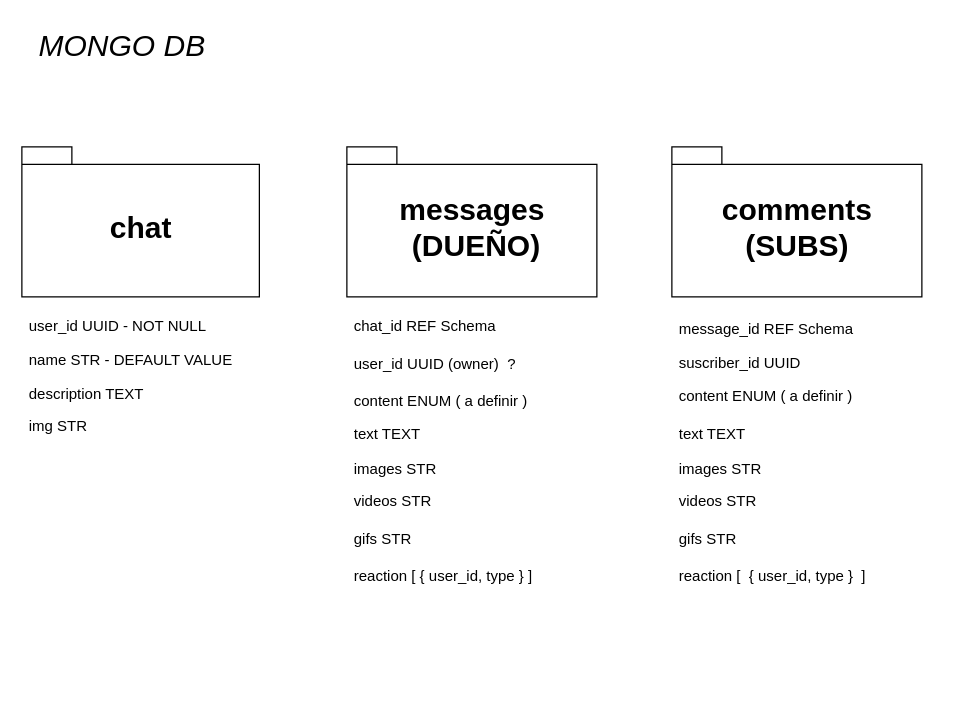
No-Country/s12-08-ft-node-react keeps this draw.io diagram as api/src/diagrams/noRelational.drawio. Above is the earlier version. Source tidied: cells renumbered, new cells numbered last; positions are measured from the earlier drawing's top-left corner, leaving out a move shared by most shapes. Both pictures are drawn from the tidied source at 125%, with x=0, y=0 at pixel (21, 21).
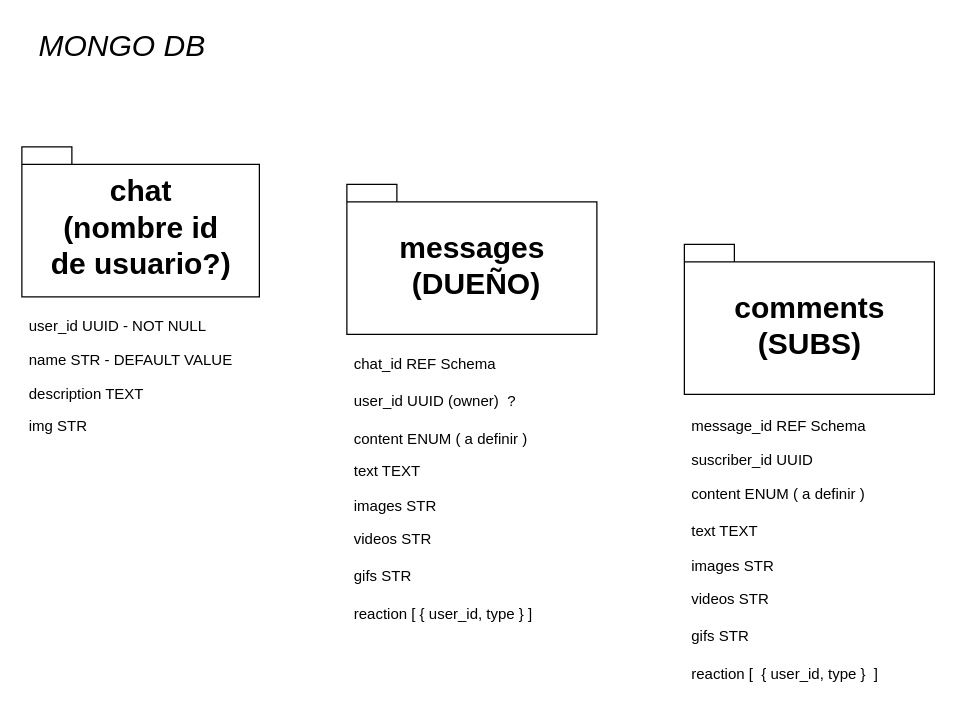
The same diagram, later.

What changed in the source:
```diff
@@
-    <mxCell id="2" value="chat" style="shape=folder;fontStyle=1;spacingTop=10;tabWidth=40;tabHeight=14;tabPosition=left;html=1;fontSize=24;" parent="1" vertex="1">
+    <mxCell id="2" value="chat &lt;br&gt;(nombre id&lt;br&gt;de usuario?)&lt;br&gt;" style="shape=folder;fontStyle=1;spacingTop=10;tabWidth=40;tabHeight=14;tabPosition=left;html=1;fontSize=24;" parent="1" vertex="1">
       <mxGeometry y="100" width="190" height="120" as="geometry" />
     </mxCell>
     <mxCell id="3" value="messages&lt;br&gt;&amp;nbsp;(DUEÑO)" style="shape=folder;fontStyle=1;spacingTop=10;tabWidth=40;tabHeight=14;tabPosition=left;html=1;fontSize=24;" parent="1" vertex="1">
-      <mxGeometry x="260" y="100" width="200" height="120" as="geometry" />
+      <mxGeometry x="260" y="130" width="200" height="120" as="geometry" />
     </mxCell>
@@
     <mxCell id="6" value="chat_id REF Schema" style="text;strokeColor=none;fillColor=none;align=left;verticalAlign=top;spacingLeft=4;spacingRight=4;overflow=hidden;" parent="1" vertex="1">
-      <mxGeometry x="260" y="230" width="160" height="26" as="geometry" />
+      <mxGeometry x="260" y="260" width="160" height="26" as="geometry" />
     </mxCell>
     <mxCell id="7" value="user_id UUID (owner)  ?" style="text;strokeColor=none;fillColor=none;align=left;verticalAlign=top;spacingLeft=4;spacingRight=4;overflow=hidden;" parent="1" vertex="1">
-      <mxGeometry x="260" y="260" width="160" height="26" as="geometry" />
+      <mxGeometry x="260" y="290" width="160" height="26" as="geometry" />
     </mxCell>
     <mxCell id="8" value="images STR " style="text;strokeColor=none;fillColor=none;align=left;verticalAlign=top;spacingLeft=4;spacingRight=4;overflow=hidden;" parent="1" vertex="1">
-      <mxGeometry x="260" y="344" width="160" height="26" as="geometry" />
+      <mxGeometry x="260" y="374" width="160" height="26" as="geometry" />
     </mxCell>
     <mxCell id="9" value="content ENUM ( a definir )" style="text;strokeColor=none;fillColor=none;align=left;verticalAlign=top;spacingLeft=4;spacingRight=4;overflow=hidden;" parent="1" vertex="1">
-      <mxGeometry x="260" y="290" width="160" height="20" as="geometry" />
+      <mxGeometry x="260" y="320" width="160" height="20" as="geometry" />
     </mxCell>
     <mxCell id="10" value="videos STR" style="text;strokeColor=none;fillColor=none;align=left;verticalAlign=top;spacingLeft=4;spacingRight=4;overflow=hidden;" parent="1" vertex="1">
-      <mxGeometry x="260" y="370" width="160" height="26" as="geometry" />
+      <mxGeometry x="260" y="400" width="160" height="26" as="geometry" />
     </mxCell>
     <mxCell id="11" value="gifs STR" style="text;strokeColor=none;fillColor=none;align=left;verticalAlign=top;spacingLeft=4;spacingRight=4;overflow=hidden;" parent="1" vertex="1">
-      <mxGeometry x="260" y="400" width="160" height="26" as="geometry" />
+      <mxGeometry x="260" y="430" width="160" height="26" as="geometry" />
     </mxCell>
     <mxCell id="12" value="reaction [ { user_id, type } ]" style="text;strokeColor=none;fillColor=none;align=left;verticalAlign=top;spacingLeft=4;spacingRight=4;overflow=hidden;" parent="1" vertex="1">
-      <mxGeometry x="260" y="430" width="160" height="26" as="geometry" />
+      <mxGeometry x="260" y="460" width="160" height="26" as="geometry" />
     </mxCell>
     <mxCell id="13" value="comments&lt;br&gt;(SUBS)" style="shape=folder;fontStyle=1;spacingTop=10;tabWidth=40;tabHeight=14;tabPosition=left;html=1;fontSize=24;" parent="1" vertex="1">
-      <mxGeometry x="520" y="100" width="200" height="120" as="geometry" />
+      <mxGeometry x="530" y="178" width="200" height="120" as="geometry" />
     </mxCell>
     <mxCell id="14" value="suscriber_id UUID" style="text;strokeColor=none;fillColor=none;align=left;verticalAlign=top;spacingLeft=4;spacingRight=4;overflow=hidden;" parent="1" vertex="1">
-      <mxGeometry x="520" y="259" width="160" height="26" as="geometry" />
+      <mxGeometry x="530" y="337" width="160" height="26" as="geometry" />
     </mxCell>
     <mxCell id="15" value="content ENUM ( a definir )" style="text;strokeColor=none;fillColor=none;align=left;verticalAlign=top;spacingLeft=4;spacingRight=4;overflow=hidden;" parent="1" vertex="1">
-      <mxGeometry x="520" y="286" width="160" height="20" as="geometry" />
+      <mxGeometry x="530" y="364" width="160" height="20" as="geometry" />
     </mxCell>
     <mxCell id="16" value="images STR " style="text;strokeColor=none;fillColor=none;align=left;verticalAlign=top;spacingLeft=4;spacingRight=4;overflow=hidden;" parent="1" vertex="1">
-      <mxGeometry x="520" y="344" width="160" height="26" as="geometry" />
+      <mxGeometry x="530" y="422" width="160" height="26" as="geometry" />
     </mxCell>
     <mxCell id="17" value="videos STR" style="text;strokeColor=none;fillColor=none;align=left;verticalAlign=top;spacingLeft=4;spacingRight=4;overflow=hidden;" parent="1" vertex="1">
-      <mxGeometry x="520" y="370" width="160" height="26" as="geometry" />
+      <mxGeometry x="530" y="448" width="160" height="26" as="geometry" />
     </mxCell>
     <mxCell id="18" value="gifs STR" style="text;strokeColor=none;fillColor=none;align=left;verticalAlign=top;spacingLeft=4;spacingRight=4;overflow=hidden;" parent="1" vertex="1">
-      <mxGeometry x="520" y="400" width="160" height="26" as="geometry" />
+      <mxGeometry x="530" y="478" width="160" height="26" as="geometry" />
     </mxCell>
     <mxCell id="19" value="reaction [  { user_id, type }  ]" style="text;strokeColor=none;fillColor=none;align=left;verticalAlign=top;spacingLeft=4;spacingRight=4;overflow=hidden;" parent="1" vertex="1">
-      <mxGeometry x="520" y="430" width="160" height="26" as="geometry" />
+      <mxGeometry x="530" y="508" width="160" height="26" as="geometry" />
     </mxCell>
@@
     <mxCell id="23" value="text TEXT" style="text;strokeColor=none;fillColor=none;align=left;verticalAlign=top;spacingLeft=4;spacingRight=4;overflow=hidden;" parent="1" vertex="1">
-      <mxGeometry x="260" y="316" width="160" height="20" as="geometry" />
+      <mxGeometry x="260" y="346" width="160" height="20" as="geometry" />
     </mxCell>
     <mxCell id="24" value="text TEXT" style="text;strokeColor=none;fillColor=none;align=left;verticalAlign=top;spacingLeft=4;spacingRight=4;overflow=hidden;" parent="1" vertex="1">
-      <mxGeometry x="520" y="316" width="160" height="20" as="geometry" />
+      <mxGeometry x="530" y="394" width="160" height="20" as="geometry" />
     </mxCell>
     <mxCell id="25" value="message_id REF Schema" style="text;strokeColor=none;fillColor=none;align=left;verticalAlign=top;spacingLeft=4;spacingRight=4;overflow=hidden;" parent="1" vertex="1">
-      <mxGeometry x="520" y="232" width="160" height="26" as="geometry" />
+      <mxGeometry x="530" y="310" width="160" height="26" as="geometry" />
     </mxCell>
```
